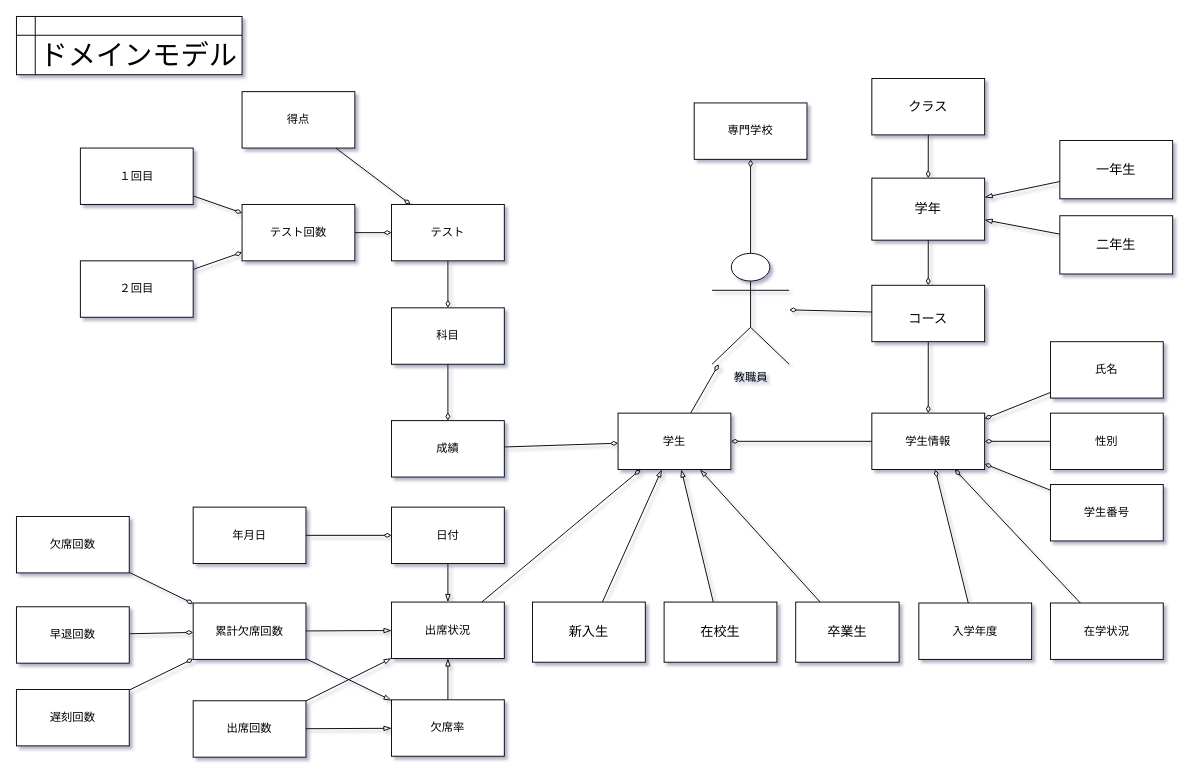
This is page "ドメインモデル" (8 of 18) of rakugaki.drawio from SIGESPLIDE/team_C, a draw.io file, before an edit. Source tidied: cells renumbered, new cells numbered last; positions are measured from the earlier drawing's top-left corner, leaving out a move shared by most shapes. Both pictures are drawn from the tidied source at 94%, with x=0, y=0 at pixel (16, 16).
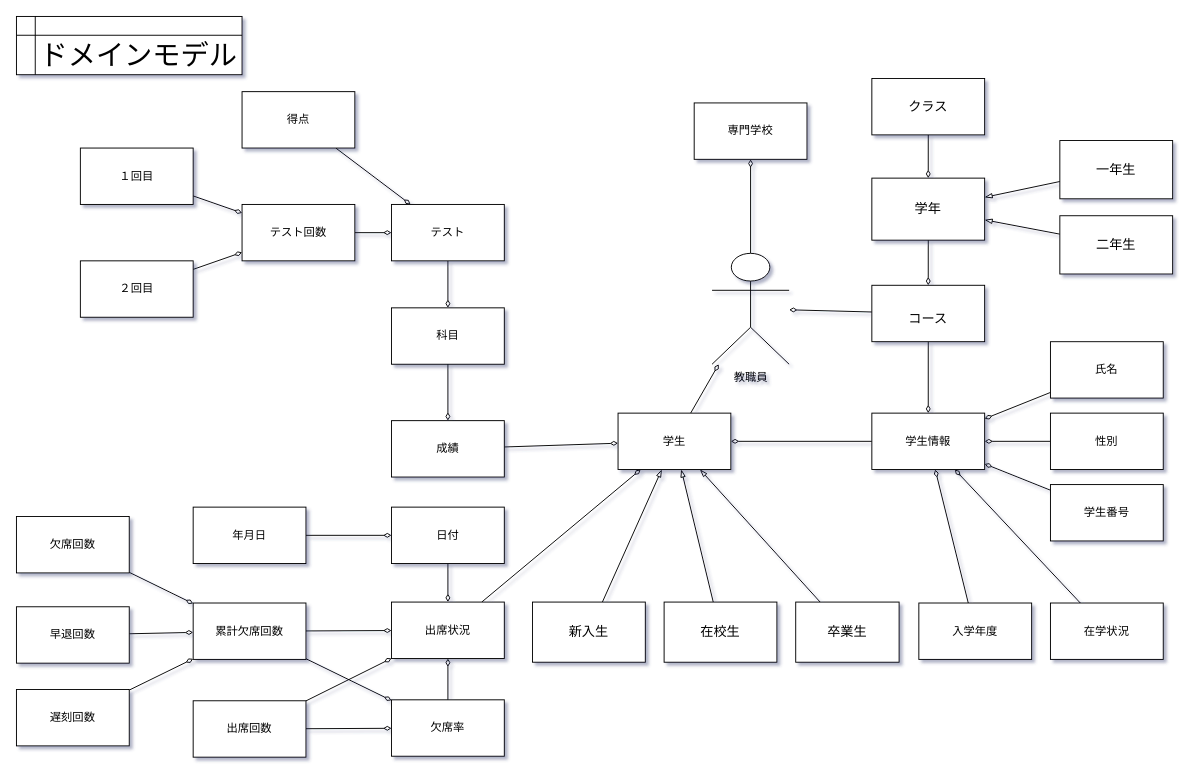
After the change.

The change refers to these unchanged cells:
```xml
<mxCell id="15" value="出席状況" style="rounded=0;whiteSpace=wrap;html=1;" parent="1" vertex="1">
  <mxGeometry x="399" y="623" width="120" height="60" as="geometry" />
</mxCell>
<mxCell id="17" value="欠席率" style="rounded=0;whiteSpace=wrap;html=1;" parent="1" vertex="1">
  <mxGeometry x="399" y="727" width="120" height="60" as="geometry" />
</mxCell>
<mxCell id="20" value="累計欠席回数" style="rounded=0;whiteSpace=wrap;html=1;" parent="1" vertex="1">
  <mxGeometry x="188" y="624" width="120" height="60" as="geometry" />
</mxCell>
<mxCell id="32" value="出席回数" style="whiteSpace=wrap;html=1;" parent="1" vertex="1">
  <mxGeometry x="188" y="728" width="120" height="60" as="geometry" />
</mxCell>
<mxCell id="69" value="日付" style="rounded=0;whiteSpace=wrap;html=1;" parent="1" vertex="1">
  <mxGeometry x="399" y="522" width="120" height="60" as="geometry" />
</mxCell>
```

What changed in the source:
```diff
@@
-    <mxCell id="16" style="rounded=0;jettySize=auto;html=1;endArrow=blockThin;endFill=0;" parent="1" edge="1" source="17" target="15">
+    <mxCell id="16" style="rounded=0;jettySize=auto;html=1;endArrow=diamondThin;endFill=0;" parent="1" edge="1" source="17" target="15">
       <mxGeometry relative="1" as="geometry" />
     </mxCell>
@@
-    <mxCell id="18" style="rounded=0;jettySize=auto;html=1;endArrow=blockThin;endFill=0;" parent="1" edge="1" source="20" target="17">
+    <mxCell id="18" style="rounded=0;jettySize=auto;html=1;endArrow=diamondThin;endFill=0;" parent="1" edge="1" source="20" target="17">
       <mxGeometry relative="1" as="geometry" />
     </mxCell>
-    <mxCell id="19" style="rounded=0;jettySize=auto;html=1;endArrow=blockThin;endFill=0;" parent="1" edge="1" source="20" target="15">
+    <mxCell id="19" style="rounded=0;jettySize=auto;html=1;endArrow=diamondThin;endFill=0;" parent="1" edge="1" source="20" target="15">
       <mxGeometry relative="1" as="geometry" />
     </mxCell>
@@
-    <mxCell id="30" style="rounded=0;jettySize=auto;html=1;endArrow=blockThin;endFill=0;" parent="1" edge="1" source="32" target="15">
+    <mxCell id="30" style="rounded=0;jettySize=auto;html=1;endArrow=diamondThin;endFill=0;" parent="1" edge="1" source="32" target="15">
       <mxGeometry relative="1" as="geometry" />
     </mxCell>
-    <mxCell id="31" style="rounded=0;jettySize=auto;html=1;endArrow=blockThin;endFill=0;" parent="1" edge="1" source="32" target="17">
+    <mxCell id="31" style="rounded=0;jettySize=auto;html=1;endArrow=diamondThin;endFill=0;" parent="1" edge="1" source="32" target="17">
       <mxGeometry relative="1" as="geometry" />
     </mxCell>
@@
-    <mxCell id="68" style="edgeStyle=none;rounded=0;jettySize=auto;html=1;endArrow=blockThin;endFill=0;" parent="1" edge="1" source="69" target="15">
+    <mxCell id="68" style="edgeStyle=none;rounded=0;jettySize=auto;html=1;endArrow=diamondThin;endFill=0;" parent="1" edge="1" source="69" target="15">
       <mxGeometry relative="1" as="geometry" />
     </mxCell>
```
